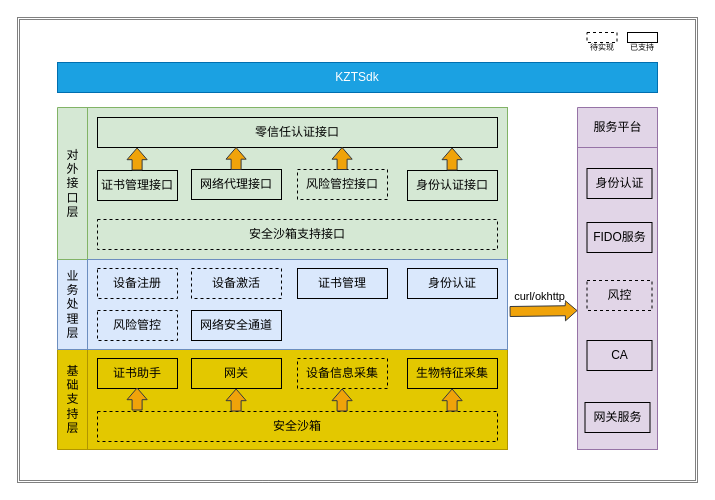
Above: 统一身份认证架构视图.drawio in mobof/Koal (draw.io), before the change. Source tidied: cells renumbered, new cells numbered last; positions are measured from the earlier drawing's top-left corner, leaving out a move shared by most shapes. Both pictures are drawn from the tidied source at 100%, with x=0, y=0 at pixel (17, 17).
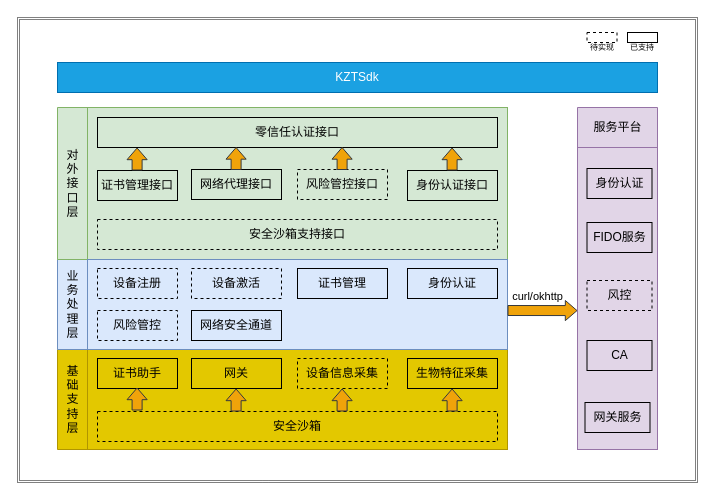
After the change.

Commit message:
Update 统一身份认证架构视图.drawio

Unchanged cells that the change refers to:
```xml
<mxCell id="8" style="rounded=0;whiteSpace=wrap;html=1;fontSize=12;fillColor=#e1d5e7;strokeColor=#9673a6;" parent="1" vertex="1">
  <mxGeometry x="560" y="130" width="80" height="302" as="geometry" />
</mxCell>
<mxCell id="12" style="rounded=0;whiteSpace=wrap;html=1;fontSize=12;fillColor=#dae8fc;strokeColor=#6c8ebf;" parent="1" vertex="1">
  <mxGeometry x="70" y="242" width="420" height="90" as="geometry" />
</mxCell>
```

What changed in the source:
```diff
@@
-    <mxCell id="37" style="shape=flexArrow;endArrow=classic;html=1;endWidth=9.166666666666668;endSize=3.558333333333333;strokeColor=#36393d;fillColor=#F0A30A;exitX=1.005;exitY=0.578;exitDx=0;exitDy=0;entryX=0;entryY=0.54;entryDx=0;entryDy=0;entryPerimeter=0;exitPerimeter=0;" parent="1" edge="1" source="12" target="8">
-      <mxGeometry relative="1" as="geometry" />
+    <mxCell id="37" style="shape=flexArrow;endArrow=classic;html=1;endWidth=9.166666666666668;endSize=3.558333333333333;strokeColor=#36393d;fillColor=#F0A30A;entryX=0;entryY=0.54;entryDx=0;entryDy=0;entryPerimeter=0;" parent="1" edge="1" target="8">
+      <mxGeometry relative="1" as="geometry">
+        <mxPoint x="490" y="293" as="sourcePoint" />
+      </mxGeometry>
     </mxCell>
```
